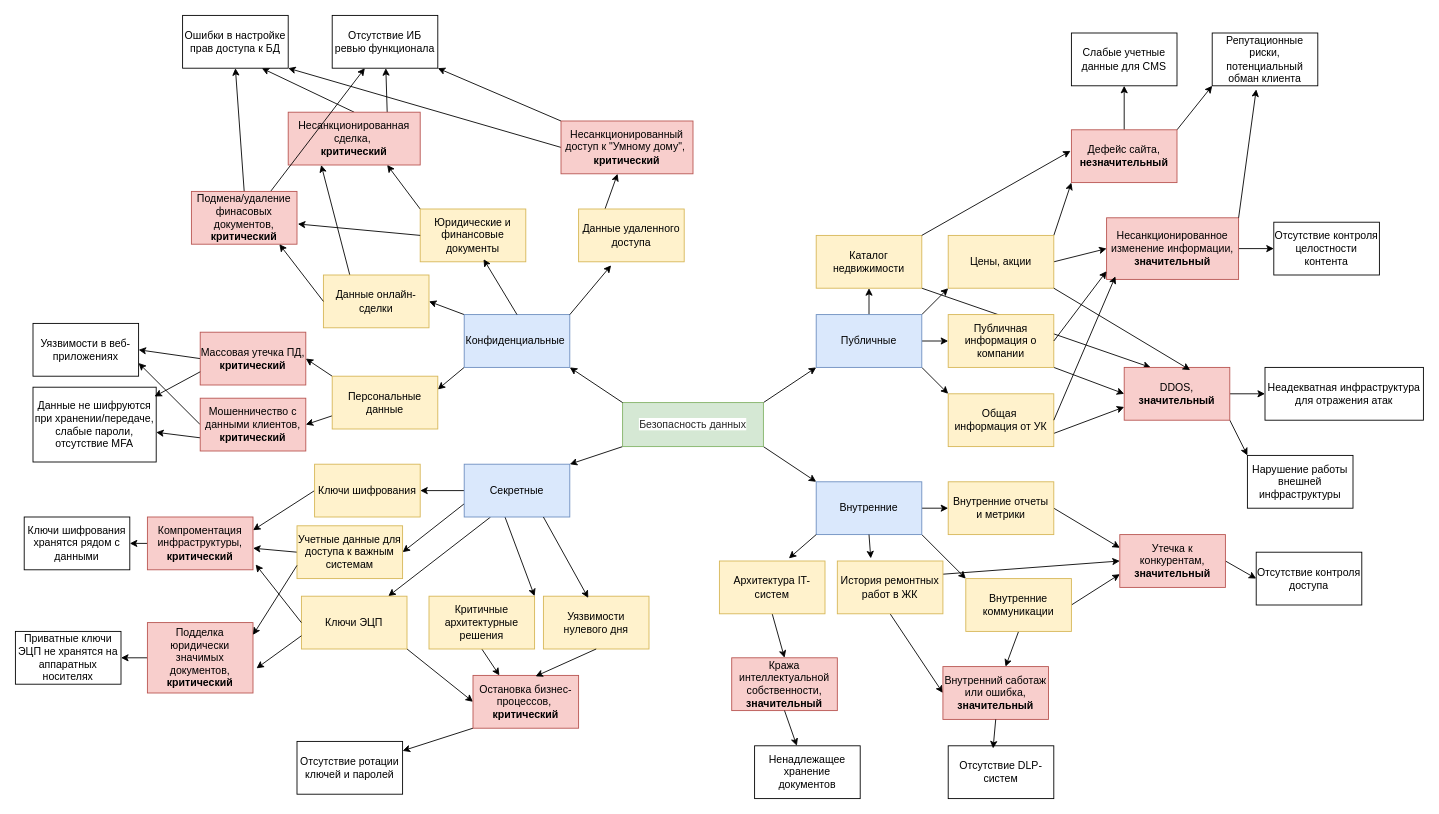
The draw.io diagram Task1/task1.drawio in rminchakov-ctrl/architecture-pro-propdevelopment, before the edit. Source tidied: cells renumbered, new cells numbered last; positions are measured from the earlier drawing's top-left corner, leaving out a move shared by most shapes. Both pictures are drawn from the tidied source at 88%, with x=0, y=0 at pixel (15, 15).
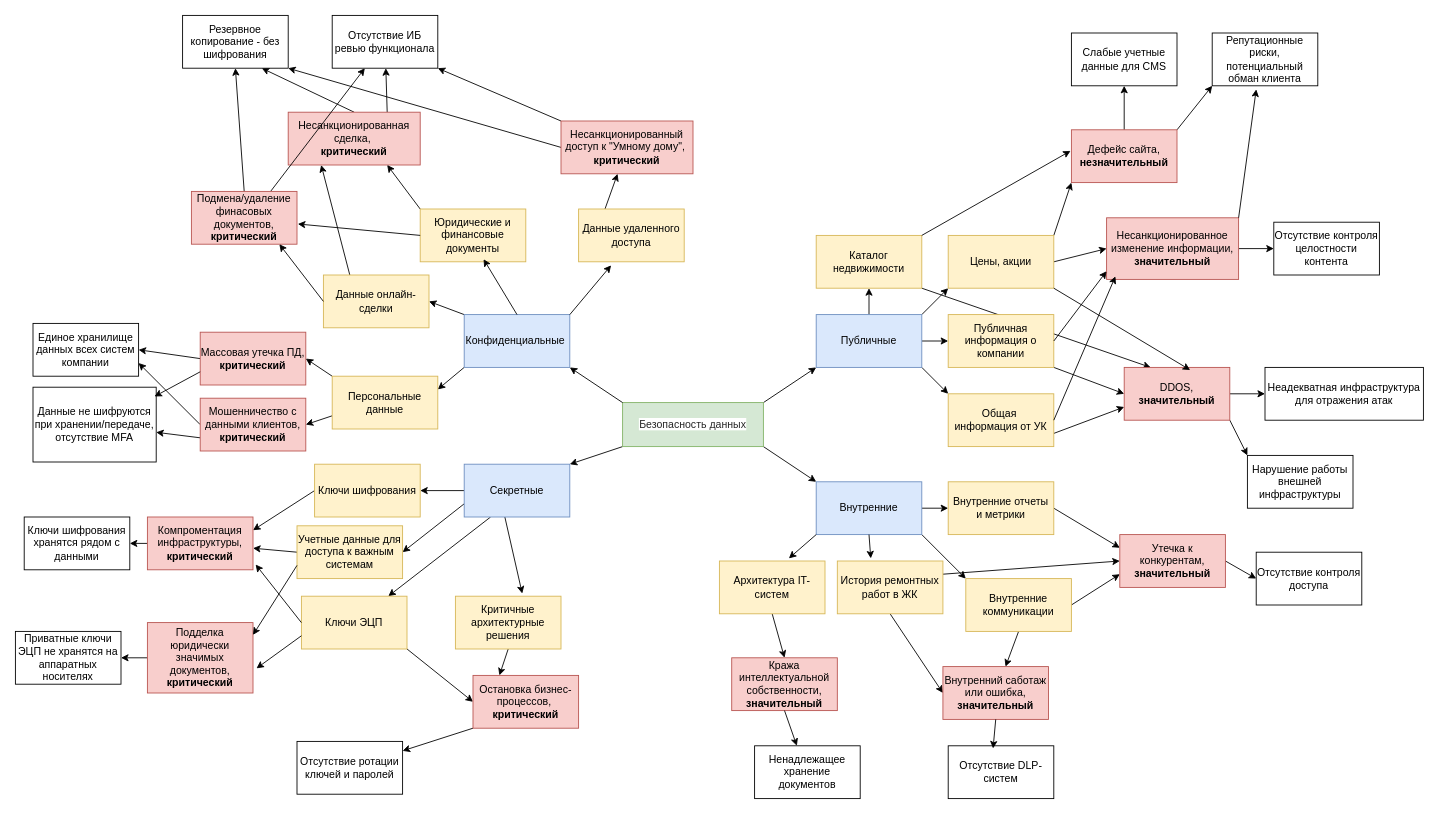
The same page after the edit.

The change refers to these unchanged cells:
```xml
<mxCell id="21" value="Секретные" style="rounded=0;whiteSpace=wrap;html=1;fillColor=#dae8fc;strokeColor=#6c8ebf;" parent="1" vertex="1">
  <mxGeometry x="510" y="510" width="120" height="60" as="geometry" />
</mxCell>
<mxCell id="116" value="Остановка бизнес-процессов,&amp;nbsp;&lt;div&gt;&lt;b&gt;критический&lt;/b&gt;&lt;/div&gt;" style="rounded=0;whiteSpace=wrap;html=1;fillColor=#f8cecc;strokeColor=#b85450;" parent="1" vertex="1">
  <mxGeometry x="520" y="750" width="120" height="60" as="geometry" />
</mxCell>
```

Diff of the diagram source:
```diff
@@
-    <mxCell id="19" style="edgeStyle=none;html=1;exitX=0.383;exitY=0.983;exitDx=0;exitDy=0;entryX=1;entryY=0;entryDx=0;entryDy=0;exitPerimeter=0;" parent="1" edge="1" source="21" target="111">
+    <mxCell id="19" style="edgeStyle=none;html=1;exitX=0.383;exitY=0.983;exitDx=0;exitDy=0;exitPerimeter=0;entryX=0.633;entryY=-0.05;entryDx=0;entryDy=0;entryPerimeter=0;" parent="1" edge="1" source="21" target="111">
       <mxGeometry relative="1" as="geometry" />
     </mxCell>
@@
-    <mxCell id="98" value="Ошибки в настройке прав доступа к БД" style="rounded=0;whiteSpace=wrap;html=1;" parent="1" vertex="1">
+    <mxCell id="98" value="Резервное копирование - без шифрования" style="rounded=0;whiteSpace=wrap;html=1;" parent="1" vertex="1">
       <mxGeometry x="190" width="120" height="60" as="geometry" />
     </mxCell>
-    <mxCell id="99" value="Данные не шифруются при хранении/передаче, слабые пароли, отсутствие MFA" style="rounded=0;whiteSpace=wrap;html=1;" parent="1" vertex="1">
+    <mxCell id="99" value="Данные не шифруются при хранении/передаче, отсутствие MFA" style="rounded=0;whiteSpace=wrap;html=1;" parent="1" vertex="1">
       <mxGeometry x="20" y="422.5" width="140" height="85" as="geometry" />
     </mxCell>
-    <mxCell id="100" value="Уязвимости в веб-приложениях" style="rounded=0;whiteSpace=wrap;html=1;" parent="1" vertex="1">
+    <mxCell id="100" value="Единое хранилище данных всех систем компании" style="rounded=0;whiteSpace=wrap;html=1;" parent="1" vertex="1">
       <mxGeometry x="20" y="350" width="120" height="60" as="geometry" />
     </mxCell>
@@
-    <mxCell id="107" value="Уязвимости нулевого дня" style="rounded=0;whiteSpace=wrap;html=1;fillColor=#fff2cc;strokeColor=#d6b656;" parent="1" vertex="1">
-      <mxGeometry x="600" y="660" width="120" height="60" as="geometry" />
-    </mxCell>
@@
     <mxCell id="111" value="Критичные архитектурные решения" style="rounded=0;whiteSpace=wrap;html=1;fillColor=#fff2cc;strokeColor=#d6b656;" parent="1" vertex="1">
-      <mxGeometry x="470" y="660" width="120" height="60" as="geometry" />
+      <mxGeometry x="500" y="660" width="120" height="60" as="geometry" />
     </mxCell>
-    <mxCell id="112" style="edgeStyle=none;html=1;exitX=0.75;exitY=1;exitDx=0;exitDy=0;entryX=0.425;entryY=0.033;entryDx=0;entryDy=0;entryPerimeter=0;" parent="1" edge="1" source="21" target="107">
-      <mxGeometry relative="1" as="geometry" />
-    </mxCell>
@@
-    <mxCell id="122" style="edgeStyle=none;html=1;exitX=0.5;exitY=1;exitDx=0;exitDy=0;entryX=0.592;entryY=0.017;entryDx=0;entryDy=0;entryPerimeter=0;" parent="1" edge="1" source="107" target="116">
-      <mxGeometry relative="1" as="geometry" />
-    </mxCell>
```
